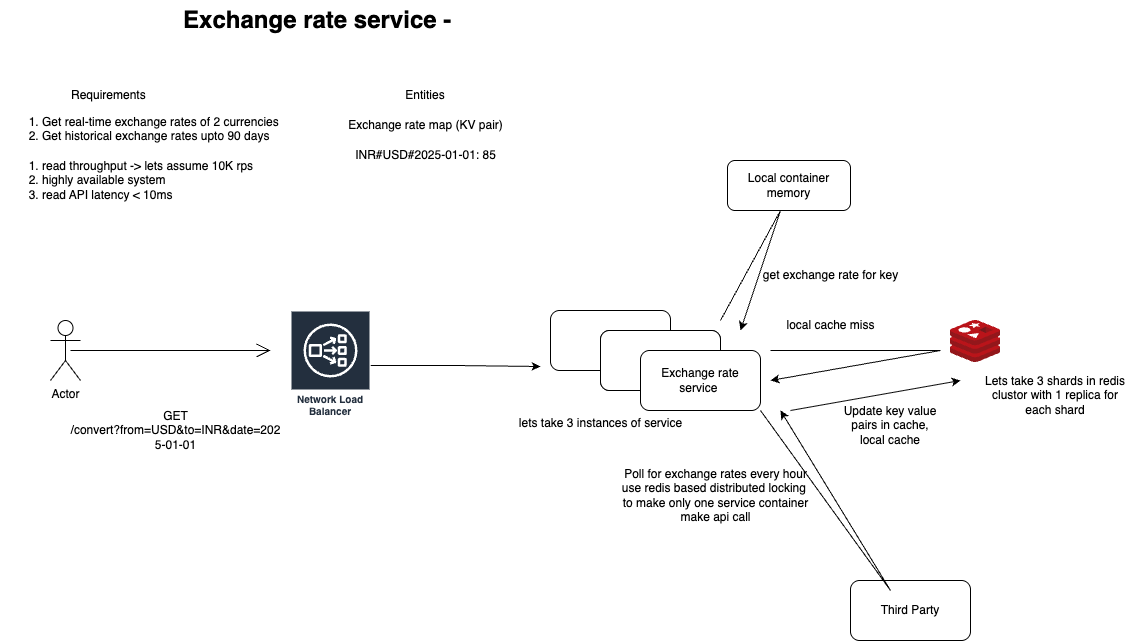
This is assets/hld.png from ItsDee25/exchange-rate-service, a draw.io export, as it was before one commit. Source tidied: cells renumbered, new cells last; positions are measured from the earlier drawing's top-left corner, leaving out a move shared by most shapes. The source it was exported from:
```xml
<mxGraphModel>
  <root>
    <mxCell id="0" />
    <mxCell id="1" parent="0" />
    <mxCell id="2" value="Exchange rate service -&amp;nbsp;" style="text;strokeColor=none;fillColor=none;html=1;fontSize=24;fontStyle=1;verticalAlign=middle;align=center;" parent="1" vertex="1">
      <mxGeometry x="270" width="100" height="40" as="geometry" />
    </mxCell>
    <mxCell id="3" value="&lt;ol&gt;&lt;li&gt;Get real-time exchange rates of 2 currencies&lt;/li&gt;&lt;li&gt;Get historical exchange rates upto 90 days&amp;nbsp;&lt;/li&gt;&lt;/ol&gt;&lt;div&gt;&lt;br&gt;&lt;/div&gt;&lt;div&gt;&lt;br&gt;&lt;/div&gt;" style="text;strokeColor=none;fillColor=none;html=1;whiteSpace=wrap;verticalAlign=middle;overflow=hidden;" parent="1" vertex="1">
      <mxGeometry y="100" width="320" height="80" as="geometry" />
    </mxCell>
    <mxCell id="4" value="&lt;ol&gt;&lt;li&gt;read throughput -&amp;gt; lets assume 10K rps&lt;/li&gt;&lt;li&gt;highly available system&lt;/li&gt;&lt;li&gt;read API latency &amp;lt; 10ms&lt;/li&gt;&lt;/ol&gt;" style="text;strokeColor=none;fillColor=none;html=1;whiteSpace=wrap;verticalAlign=middle;overflow=hidden;" parent="1" vertex="1">
      <mxGeometry y="140" width="350" height="80" as="geometry" />
    </mxCell>
    <mxCell id="5" style="rounded=1;whiteSpace=wrap;html=1;" parent="1" vertex="1">
      <mxGeometry x="550" y="310" width="120" height="60" as="geometry" />
    </mxCell>
    <mxCell id="6" style="rounded=1;whiteSpace=wrap;html=1;" parent="1" vertex="1">
      <mxGeometry x="600" y="330" width="120" height="60" as="geometry" />
    </mxCell>
    <mxCell id="7" style="rounded=1;whiteSpace=wrap;html=1;" parent="1" vertex="1">
      <mxGeometry x="600" y="330" width="120" height="60" as="geometry" />
    </mxCell>
    <mxCell id="8" value="Exchange rate service&amp;nbsp;" style="rounded=1;whiteSpace=wrap;html=1;" parent="1" vertex="1">
      <mxGeometry x="640" y="350" width="120" height="60" as="geometry" />
    </mxCell>
    <mxCell id="9" style="image;sketch=0;html=1;align=center;fontSize=12;image=img/lib/mscae/Cache_Redis_Product.svg;" parent="1" vertex="1">
      <mxGeometry x="950" y="320" width="50" height="42" as="geometry" />
    </mxCell>
    <mxCell id="10" value="Requirements&amp;nbsp;" style="text;html=1;align=center;verticalAlign=middle;whiteSpace=wrap;rounded=0;" parent="1" vertex="1">
      <mxGeometry x="80" y="80" width="60" height="30" as="geometry" />
    </mxCell>
    <mxCell id="11" value="Entities" style="text;html=1;align=center;verticalAlign=middle;whiteSpace=wrap;rounded=0;" parent="1" vertex="1">
      <mxGeometry x="395" y="80" width="60" height="30" as="geometry" />
    </mxCell>
    <mxCell id="12" value="Lets take 3 shards in redis clustor with 1 replica for each shard" style="text;html=1;align=center;verticalAlign=middle;whiteSpace=wrap;rounded=0;" parent="1" vertex="1">
      <mxGeometry x="980" y="380" width="150" height="30" as="geometry" />
    </mxCell>
    <mxCell id="13" value="Exchange rate map (KV pair)" style="text;html=1;align=center;verticalAlign=middle;strokeColor=none;fillColor=none;" parent="1" vertex="1">
      <mxGeometry x="335" y="110" width="180" height="30" as="geometry" />
    </mxCell>
    <mxCell id="14" value="INR#USD#2025-01-01: 85" style="text;html=1;align=center;verticalAlign=middle;strokeColor=none;fillColor=none;" parent="1" vertex="1">
      <mxGeometry x="345" y="140" width="160" height="30" as="geometry" />
    </mxCell>
    <mxCell id="15" value="Actor" style="shape=umlActor;verticalLabelPosition=bottom;verticalAlign=top;html=1;" parent="1" vertex="1">
      <mxGeometry x="50" y="320" width="30" height="60" as="geometry" />
    </mxCell>
    <mxCell id="16" style="endArrow=open;endFill=1;endSize=12;html=1;rounded=0;" parent="1" edge="1">
      <mxGeometry relative="1" as="geometry">
        <mxPoint x="70" y="350" as="sourcePoint" />
        <mxPoint x="270" y="350" as="targetPoint" />
      </mxGeometry>
    </mxCell>
    <mxCell id="17" value="&lt;div&gt;GET&lt;/div&gt;&lt;div&gt;/convert?from=USD&amp;amp;to=INR&amp;amp;date=202&lt;/div&gt;&lt;div&gt;5-01-01&lt;/div&gt;" style="text;html=1;align=center;verticalAlign=middle;strokeColor=none;fillColor=none;" parent="1" vertex="1">
      <mxGeometry x="60" y="400" width="230" height="60" as="geometry" />
    </mxCell>
    <mxCell id="18" style="endArrow=classic;html=1;rounded=0;" parent="1" edge="1">
      <mxGeometry relative="1" as="geometry">
        <mxPoint x="770" y="350" as="sourcePoint" />
        <mxPoint x="770" y="380" as="targetPoint" />
        <Array as="points">
          <mxPoint x="940" y="350" />
        </Array>
      </mxGeometry>
    </mxCell>
    <mxCell id="19" value="get exchange rate for key" style="text;html=1;align=center;verticalAlign=middle;strokeColor=none;fillColor=none;" parent="1" vertex="1">
      <mxGeometry x="750" y="260" width="160" height="30" as="geometry" />
    </mxCell>
    <mxCell id="20" value="Third Party" style="rounded=1;whiteSpace=wrap;html=1;" parent="1" vertex="1">
      <mxGeometry x="850" y="580" width="120" height="60" as="geometry" />
    </mxCell>
    <mxCell id="21" style="endArrow=classic;html=1;rounded=0;exitX=1;exitY=1;exitDx=0;exitDy=0;" parent="1" edge="1" source="8">
      <mxGeometry relative="1" as="geometry">
        <mxPoint x="780" y="410" as="targetPoint" />
        <Array as="points">
          <mxPoint x="890" y="590" />
        </Array>
      </mxGeometry>
    </mxCell>
    <mxCell id="22" value="Poll for exchange rates every hour&lt;br&gt;use redis based distributed locking&amp;nbsp;&lt;div&gt;to make only one service container&lt;/div&gt;&lt;div&gt;make api call&lt;/div&gt;" style="text;html=1;align=center;verticalAlign=middle;strokeColor=none;fillColor=none;" parent="1" vertex="1">
      <mxGeometry x="610" y="460" width="210" height="70" as="geometry" />
    </mxCell>
    <mxCell id="23" style="endArrow=classic;html=1;rounded=0;" parent="1" edge="1">
      <mxGeometry relative="1" as="geometry">
        <mxPoint x="790" y="410" as="sourcePoint" />
        <mxPoint x="960" y="380" as="targetPoint" />
      </mxGeometry>
    </mxCell>
    <mxCell id="24" value="Update key value pairs in cache, local cache" style="text;html=1;align=center;verticalAlign=middle;whiteSpace=wrap;rounded=0;" parent="1" vertex="1">
      <mxGeometry x="840" y="410" width="100" height="30" as="geometry" />
    </mxCell>
    <mxCell id="25" style="edgeStyle=orthogonalEdgeStyle;rounded=0;jettySize=auto;html=1;" parent="1" edge="1" source="26">
      <mxGeometry relative="1" as="geometry">
        <mxPoint x="540" y="365" as="targetPoint" />
        <Array as="points">
          <mxPoint x="460" y="365" />
          <mxPoint x="540" y="366" />
        </Array>
      </mxGeometry>
    </mxCell>
    <mxCell id="26" value="Network Load Balancer" style="sketch=0;outlineConnect=0;fontColor=#232F3E;gradientColor=none;strokeColor=#ffffff;fillColor=#232F3E;dashed=0;verticalLabelPosition=middle;verticalAlign=bottom;align=center;html=1;whiteSpace=wrap;fontSize=10;fontStyle=1;spacing=3;shape=mxgraph.aws4.productIcon;prIcon=mxgraph.aws4.network_load_balancer;" parent="1" vertex="1">
      <mxGeometry x="290" y="310" width="80" height="110" as="geometry" />
    </mxCell>
    <mxCell id="27" value="lets take 3 instances of service" style="text;html=1;align=center;verticalAlign=middle;strokeColor=none;fillColor=none;" parent="1" vertex="1">
      <mxGeometry x="505" y="408" width="190" height="30" as="geometry" />
    </mxCell>
    <mxCell id="28" value="Local container memory" style="rounded=1;whiteSpace=wrap;html=1;" parent="1" vertex="1">
      <mxGeometry x="727" y="160" width="123" height="50" as="geometry" />
    </mxCell>
    <mxCell id="29" style="endArrow=classic;html=1;rounded=0;" parent="1" edge="1">
      <mxGeometry relative="1" as="geometry">
        <mxPoint x="720" y="320" as="sourcePoint" />
        <mxPoint x="740" y="330" as="targetPoint" />
        <Array as="points">
          <mxPoint x="780" y="210" />
        </Array>
      </mxGeometry>
    </mxCell>
    <mxCell id="30" value="local cache miss" style="text;html=1;align=center;verticalAlign=middle;strokeColor=none;fillColor=none;" parent="1" vertex="1">
      <mxGeometry x="775" y="310" width="110" height="30" as="geometry" />
    </mxCell>
  </root>
</mxGraphModel>
```
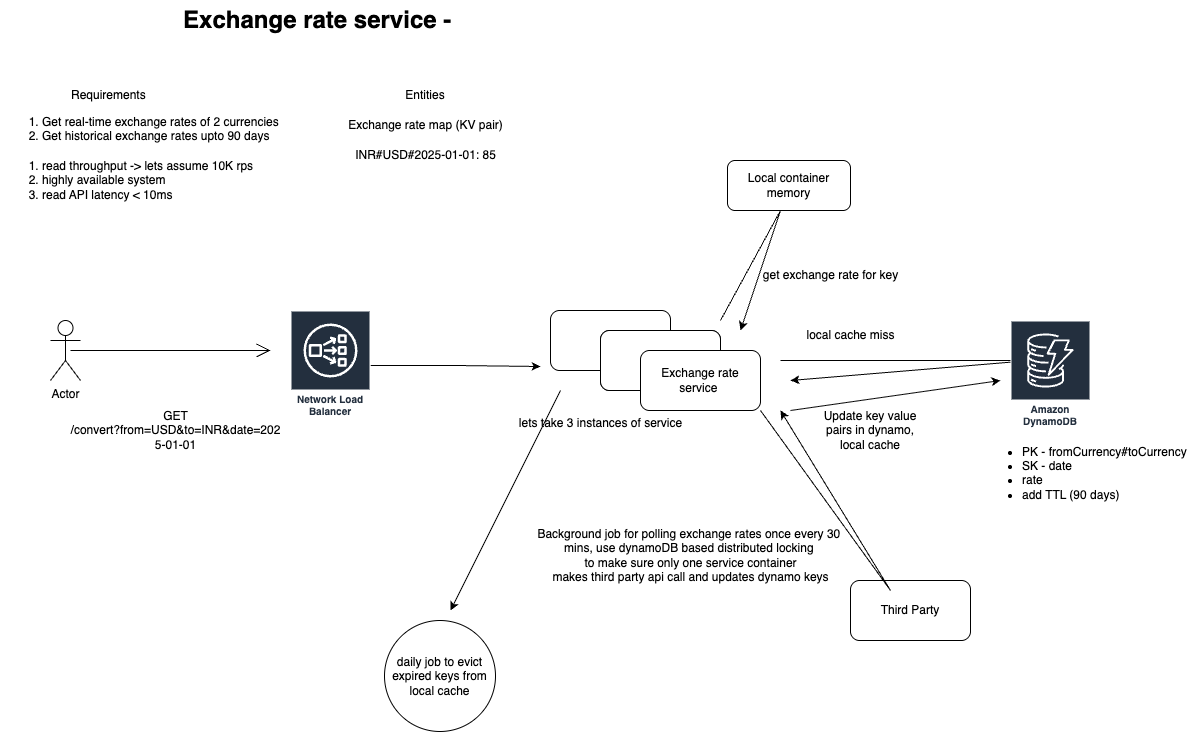
After the commit.

The edit, as a diff of the source:
```diff
@@ -23,18 +23,12 @@
     <mxCell id="8" value="Exchange rate service&amp;nbsp;" style="rounded=1;whiteSpace=wrap;html=1;" parent="1" vertex="1">
       <mxGeometry x="640" y="350" width="120" height="60" as="geometry" />
     </mxCell>
-    <mxCell id="9" style="image;sketch=0;html=1;align=center;fontSize=12;image=img/lib/mscae/Cache_Redis_Product.svg;" parent="1" vertex="1">
-      <mxGeometry x="950" y="320" width="50" height="42" as="geometry" />
-    </mxCell>
     <mxCell id="10" value="Requirements&amp;nbsp;" style="text;html=1;align=center;verticalAlign=middle;whiteSpace=wrap;rounded=0;" parent="1" vertex="1">
       <mxGeometry x="80" y="80" width="60" height="30" as="geometry" />
     </mxCell>
     <mxCell id="11" value="Entities" style="text;html=1;align=center;verticalAlign=middle;whiteSpace=wrap;rounded=0;" parent="1" vertex="1">
       <mxGeometry x="395" y="80" width="60" height="30" as="geometry" />
     </mxCell>
-    <mxCell id="12" value="Lets take 3 shards in redis clustor with 1 replica for each shard" style="text;html=1;align=center;verticalAlign=middle;whiteSpace=wrap;rounded=0;" parent="1" vertex="1">
-      <mxGeometry x="980" y="380" width="150" height="30" as="geometry" />
-    </mxCell>
     <mxCell id="13" value="Exchange rate map (KV pair)" style="text;html=1;align=center;verticalAlign=middle;strokeColor=none;fillColor=none;" parent="1" vertex="1">
       <mxGeometry x="335" y="110" width="180" height="30" as="geometry" />
     </mxCell>
@@ -53,12 +47,12 @@
     <mxCell id="17" value="&lt;div&gt;GET&lt;/div&gt;&lt;div&gt;/convert?from=USD&amp;amp;to=INR&amp;amp;date=202&lt;/div&gt;&lt;div&gt;5-01-01&lt;/div&gt;" style="text;html=1;align=center;verticalAlign=middle;strokeColor=none;fillColor=none;" parent="1" vertex="1">
       <mxGeometry x="60" y="400" width="230" height="60" as="geometry" />
     </mxCell>
-    <mxCell id="18" style="endArrow=classic;html=1;rounded=0;" parent="1" edge="1">
+    <mxCell id="18" style="endArrow=classic;html=1;rounded=0;exitX=1;exitY=0;exitDx=0;exitDy=0;" parent="1" edge="1">
       <mxGeometry relative="1" as="geometry">
-        <mxPoint x="770" y="350" as="sourcePoint" />
-        <mxPoint x="770" y="380" as="targetPoint" />
+        <mxPoint x="780" y="360" as="sourcePoint" />
+        <mxPoint x="790" y="380" as="targetPoint" />
         <Array as="points">
-          <mxPoint x="940" y="350" />
+          <mxPoint x="1030" y="360" />
         </Array>
       </mxGeometry>
     </mxCell>
@@ -76,17 +70,17 @@
         </Array>
       </mxGeometry>
     </mxCell>
-    <mxCell id="22" value="Poll for exchange rates every hour&lt;br&gt;use redis based distributed locking&amp;nbsp;&lt;div&gt;to make only one service container&lt;/div&gt;&lt;div&gt;make api call&lt;/div&gt;" style="text;html=1;align=center;verticalAlign=middle;strokeColor=none;fillColor=none;" parent="1" vertex="1">
-      <mxGeometry x="610" y="460" width="210" height="70" as="geometry" />
+    <mxCell id="22" value="Background job for polling exchange rates once every 30&amp;nbsp;&lt;br&gt;mins, use dynamoDB based distributed locking&amp;nbsp;&lt;div&gt;to make sure only one service container&lt;/div&gt;&lt;div&gt;makes third party api call and updates dynamo keys&lt;/div&gt;" style="text;html=1;align=center;verticalAlign=middle;strokeColor=none;fillColor=none;rotation=0;" parent="1" vertex="1">
+      <mxGeometry x="525" y="520" width="330" height="70" as="geometry" />
     </mxCell>
     <mxCell id="23" style="endArrow=classic;html=1;rounded=0;" parent="1" edge="1">
       <mxGeometry relative="1" as="geometry">
         <mxPoint x="790" y="410" as="sourcePoint" />
-        <mxPoint x="960" y="380" as="targetPoint" />
+        <mxPoint x="1000" y="380" as="targetPoint" />
       </mxGeometry>
     </mxCell>
-    <mxCell id="24" value="Update key value pairs in cache, local cache" style="text;html=1;align=center;verticalAlign=middle;whiteSpace=wrap;rounded=0;" parent="1" vertex="1">
-      <mxGeometry x="840" y="410" width="100" height="30" as="geometry" />
+    <mxCell id="24" value="Update key value pairs in dynamo, local cache" style="text;html=1;align=center;verticalAlign=middle;whiteSpace=wrap;rounded=0;" parent="1" vertex="1">
+      <mxGeometry x="820" y="415" width="100" height="30" as="geometry" />
     </mxCell>
     <mxCell id="25" style="edgeStyle=orthogonalEdgeStyle;rounded=0;jettySize=auto;html=1;" parent="1" edge="1" source="26">
       <mxGeometry relative="1" as="geometry">
@@ -116,7 +110,22 @@
       </mxGeometry>
     </mxCell>
     <mxCell id="30" value="local cache miss" style="text;html=1;align=center;verticalAlign=middle;strokeColor=none;fillColor=none;" parent="1" vertex="1">
-      <mxGeometry x="775" y="310" width="110" height="30" as="geometry" />
+      <mxGeometry x="795" y="320" width="110" height="30" as="geometry" />
     </mxCell>
+    <mxCell id="31" value="Amazon DynamoDB" style="sketch=0;fontColor=#232F3E;gradientColor=none;strokeColor=#ffffff;fillColor=#232F3E;dashed=0;verticalLabelPosition=middle;verticalAlign=bottom;align=center;html=1;whiteSpace=wrap;fontSize=10;fontStyle=1;spacing=3;shape=mxgraph.aws4.productIcon;prIcon=mxgraph.aws4.dynamodb;" parent="1" vertex="1">
+      <mxGeometry x="1010" y="320" width="80" height="110" as="geometry" />
+    </mxCell>
+    <mxCell id="32" value="&lt;ul&gt;&lt;li&gt;PK - fromCurrency#toCurrency&lt;/li&gt;&lt;li&gt;SK - date&lt;/li&gt;&lt;li&gt;rate&lt;/li&gt;&lt;li&gt;add TTL (90 days)&lt;/li&gt;&lt;/ul&gt;" style="text;strokeColor=none;fillColor=none;html=1;whiteSpace=wrap;verticalAlign=middle;overflow=hidden;" parent="1" vertex="1">
+      <mxGeometry x="980" y="430" width="210" height="80" as="geometry" />
+    </mxCell>
+    <mxCell id="33" value="daily job to evict expired keys from local cache" style="ellipse;whiteSpace=wrap;html=1;" parent="1" vertex="1">
+      <mxGeometry x="384" y="620" width="111" height="111" as="geometry" />
+    </mxCell>
+    <mxCell id="34" style="endArrow=classic;html=1;rounded=0;" parent="1" edge="1">
+      <mxGeometry relative="1" as="geometry">
+        <mxPoint x="560" y="390" as="sourcePoint" />
+        <mxPoint x="450" y="610" as="targetPoint" />
+      </mxGeometry>
+    </mxCell>
   </root>
 </mxGraphModel>
```
